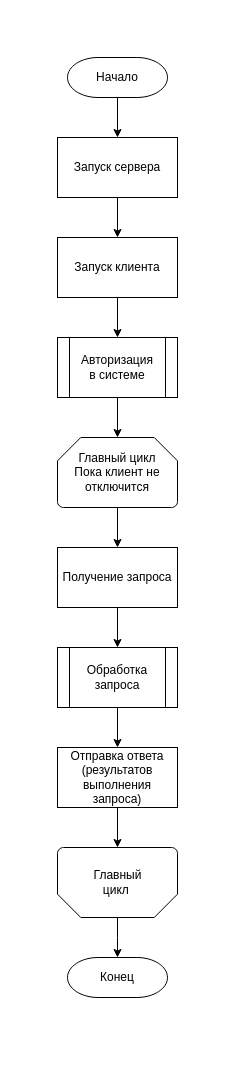
Earlier version of the draw.io diagram coursework/diagrams/Общая схема работы.drawio (ThomasCharester/KursuchShop). Source tidied: cells renumbered, new cells numbered last; positions are measured from the earlier drawing's top-left corner, leaving out a move shared by most shapes. Both pictures are drawn from the tidied source at 100%, with x=0, y=0 at pixel (57, 57).
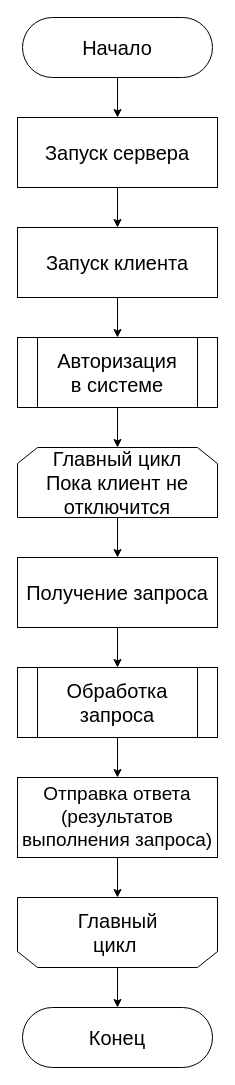
After the change.

What changed in the source:
```diff
@@
-    <mxCell id="3" value="Начало" style="strokeWidth=1;html=1;shape=mxgraph.flowchart.terminator;whiteSpace=wrap;" parent="1" vertex="1">
-      <mxGeometry x="10" width="100" height="40" as="geometry" />
-    </mxCell>
@@
-    <mxCell id="5" value="Запуск сервера" style="rounded=0;whiteSpace=wrap;html=1;" parent="1" vertex="1">
-      <mxGeometry y="80" width="120" height="60" as="geometry" />
+    <mxCell id="5" value="&lt;font style=&quot;font-size: 20px;&quot;&gt;Запуск сервера&lt;/font&gt;" style="rounded=0;whiteSpace=wrap;html=1;" parent="1" vertex="1">
+      <mxGeometry x="-40" y="60" width="200" height="70" as="geometry" />
     </mxCell>
@@
-    <mxCell id="7" value="Запуск клиента" style="rounded=0;whiteSpace=wrap;html=1;" parent="1" vertex="1">
-      <mxGeometry y="180" width="120" height="60" as="geometry" />
+    <mxCell id="7" value="&lt;font style=&quot;font-size: 20px;&quot;&gt;Запуск клиента&lt;/font&gt;" style="rounded=0;whiteSpace=wrap;html=1;" parent="1" vertex="1">
+      <mxGeometry x="-40" y="170" width="200" height="70" as="geometry" />
     </mxCell>
@@
-    <mxCell id="9" value="Авторизация&lt;div&gt;в системе&lt;/div&gt;" style="shape=process;whiteSpace=wrap;html=1;backgroundOutline=1;" parent="1" vertex="1">
-      <mxGeometry y="280" width="120" height="60" as="geometry" />
+    <mxCell id="9" value="&lt;font style=&quot;font-size: 20px;&quot;&gt;Авторизация&lt;/font&gt;&lt;div&gt;&lt;font style=&quot;font-size: 20px;&quot;&gt;в системе&lt;/font&gt;&lt;/div&gt;" style="shape=process;whiteSpace=wrap;html=1;backgroundOutline=1;" parent="1" vertex="1">
+      <mxGeometry x="-40" y="280" width="200" height="70" as="geometry" />
     </mxCell>
@@
-    <mxCell id="11" value="Главный цикл&lt;div&gt;Пока клиент не отключится&lt;/div&gt;" style="strokeWidth=1;html=1;shape=mxgraph.flowchart.loop_limit;whiteSpace=wrap;" parent="1" vertex="1">
-      <mxGeometry y="380" width="120" height="70" as="geometry" />
-    </mxCell>
@@
-    <mxCell id="13" value="Получение запроса" style="rounded=0;whiteSpace=wrap;html=1;" parent="1" vertex="1">
-      <mxGeometry y="490" width="120" height="60" as="geometry" />
+    <mxCell id="13" value="&lt;font style=&quot;font-size: 20px;&quot;&gt;Получение запроса&lt;/font&gt;" style="rounded=0;whiteSpace=wrap;html=1;" parent="1" vertex="1">
+      <mxGeometry x="-40" y="500" width="200" height="70" as="geometry" />
     </mxCell>
@@
-    <mxCell id="15" value="Обработка запроса" style="shape=process;whiteSpace=wrap;html=1;backgroundOutline=1;" parent="1" vertex="1">
-      <mxGeometry y="590" width="120" height="60" as="geometry" />
+    <mxCell id="15" value="&lt;font style=&quot;font-size: 20px;&quot;&gt;Обработка запроса&lt;/font&gt;" style="shape=process;whiteSpace=wrap;html=1;backgroundOutline=1;" parent="1" vertex="1">
+      <mxGeometry x="-40" y="610" width="200" height="70" as="geometry" />
     </mxCell>
-    <mxCell id="16" style="edgeStyle=orthogonalEdgeStyle;rounded=0;jettySize=auto;html=1;" parent="1" edge="1" source="17" target="18">
+    <mxCell id="16" style="edgeStyle=orthogonalEdgeStyle;rounded=0;jettySize=auto;html=1;" parent="1" edge="1" source="17" target="23">
       <mxGeometry relative="1" as="geometry" />
     </mxCell>
-    <mxCell id="17" value="Отправка ответа&lt;div&gt;(результатов выполнения запроса)&lt;/div&gt;" style="rounded=0;whiteSpace=wrap;html=1;" parent="1" vertex="1">
-      <mxGeometry y="690" width="120" height="60" as="geometry" />
+    <mxCell id="17" value="&lt;font style=&quot;font-size: 19px;&quot;&gt;Отправка ответа&lt;/font&gt;&lt;div&gt;&lt;font style=&quot;font-size: 19px;&quot;&gt;(результатов выполнения запроса)&lt;/font&gt;&lt;/div&gt;" style="rounded=0;whiteSpace=wrap;html=1;" parent="1" vertex="1">
+      <mxGeometry x="-40" y="720" width="200" height="80" as="geometry" />
     </mxCell>
-    <mxCell id="18" style="strokeWidth=1;html=1;shape=mxgraph.flowchart.loop_limit;whiteSpace=wrap;rotation=-180;" parent="1" vertex="1">
-      <mxGeometry y="790" width="120" height="70" as="geometry" />
-    </mxCell>
-    <mxCell id="19" style="edgeStyle=orthogonalEdgeStyle;rounded=0;jettySize=auto;html=1;" parent="1" edge="1" source="18" target="21">
+    <mxCell id="19" style="edgeStyle=orthogonalEdgeStyle;rounded=0;jettySize=auto;html=1;" parent="1" edge="1" source="23" target="21">
       <mxGeometry relative="1" as="geometry" />
     </mxCell>
+    <mxCell id="22" style="edgeStyle=orthogonalEdgeStyle;rounded=0;jettySize=auto;html=1;" parent="1" edge="1" target="11">
+      <mxGeometry relative="1" as="geometry">
+        <mxPoint x="60" y="450" as="sourcePoint" />
+      </mxGeometry>
+    </mxCell>
+    <mxCell id="11" value="&lt;font style=&quot;font-size: 20px;&quot;&gt;Главный цикл&lt;/font&gt;&lt;div&gt;&lt;font style=&quot;font-size: 20px;&quot;&gt;Пока клиент не отключится&lt;/font&gt;&lt;/div&gt;" style="shape=loopLimit;whiteSpace=wrap;html=1;" parent="1" vertex="1">
+      <mxGeometry x="-40" y="390" width="200" height="70" as="geometry" />
+    </mxCell>
+    <mxCell id="23" style="shape=loopLimit;whiteSpace=wrap;html=1;rotation=-180;" parent="1" vertex="1">
+      <mxGeometry x="-40" y="840" width="200" height="70" as="geometry" />
+    </mxCell>
-    <mxCell id="20" value="&lt;span style=&quot;text-wrap: wrap;&quot;&gt;Главный цикл&amp;nbsp;&lt;/span&gt;" style="text;html=1;align=center;verticalAlign=middle;strokeColor=none;fillColor=none;" parent="1" vertex="1">
-      <mxGeometry x="10" y="810" width="100" height="30" as="geometry" />
+    <mxCell id="20" value="&lt;span style=&quot;text-wrap: wrap;&quot;&gt;&lt;font&gt;Главный цикл&amp;nbsp;&lt;/font&gt;&lt;/span&gt;" style="text;html=1;align=center;verticalAlign=middle;strokeColor=none;fillColor=none;fontSize=20;" parent="1" vertex="1">
+      <mxGeometry x="-20" y="855" width="160" height="40" as="geometry" />
     </mxCell>
+    <mxCell id="3" value="&lt;font style=&quot;font-size: 20px;&quot;&gt;Начало&lt;/font&gt;" style="rounded=1;whiteSpace=wrap;html=1;arcSize=50;" parent="1" vertex="1">
+      <mxGeometry x="-35" y="-40" width="190" height="60" as="geometry" />
+    </mxCell>
-    <mxCell id="21" value="Конец" style="strokeWidth=1;html=1;shape=mxgraph.flowchart.terminator;whiteSpace=wrap;" parent="1" vertex="1">
-      <mxGeometry x="10" y="900" width="100" height="40" as="geometry" />
+    <mxCell id="21" value="&lt;font style=&quot;font-size: 20px;&quot;&gt;Конец&lt;/font&gt;" style="rounded=1;whiteSpace=wrap;html=1;arcSize=50;" parent="1" vertex="1">
+      <mxGeometry x="-35" y="950" width="190" height="60" as="geometry" />
     </mxCell>
```
